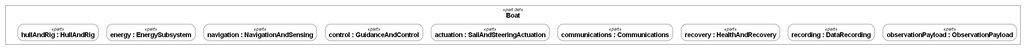
This is docs/figures/architecture.png from DavidIngraham/sv-blue-dog, a Graphviz export, as it was before one commit. Its source is kept beside it as docs/figures/architecture.dot.
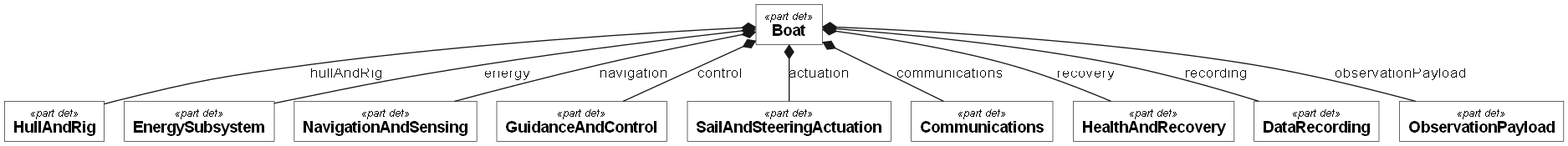
Later version of the same file.

Commit message:
Render boat architecture as native definition and composition diagram

The edit, as a diff of the source:
```diff
@@ -2,19 +2,23 @@
   graph [fontname="Helvetica"];
   node [shape=box, style=filled, fillcolor=white, color="#181818", fontname="Helvetica", fontsize=14, penwidth=0.5];
   edge [color="#181818", fontname="Helvetica", fontsize=13, penwidth=1];
-  subgraph "cluster_n0" {
-    label=<<font point-size="10"><i>«part def»</i></font><br/><b>Boat</b>>;
-    color=black;
-    penwidth=0.5;
-    "n0" [shape=point, style=invis, width=0, height=0, label=""];
-    "n1" [style="rounded,filled", label=<<font point-size="10"><i>«part»</i></font><br/><b>hullAndRig : HullAndRig</b>>];
-    "n2" [style="rounded,filled", label=<<font point-size="10"><i>«part»</i></font><br/><b>energy : EnergySubsystem</b>>];
-    "n3" [style="rounded,filled", label=<<font point-size="10"><i>«part»</i></font><br/><b>navigation : NavigationAndSensing</b>>];
-    "n4" [style="rounded,filled", label=<<font point-size="10"><i>«part»</i></font><br/><b>control : GuidanceAndControl</b>>];
-    "n5" [style="rounded,filled", label=<<font point-size="10"><i>«part»</i></font><br/><b>actuation : SailAndSteeringActuation</b>>];
-    "n6" [style="rounded,filled", label=<<font point-size="10"><i>«part»</i></font><br/><b>communications : Communications</b>>];
-    "n7" [style="rounded,filled", label=<<font point-size="10"><i>«part»</i></font><br/><b>recovery : HealthAndRecovery</b>>];
-    "n8" [style="rounded,filled", label=<<font point-size="10"><i>«part»</i></font><br/><b>recording : DataRecording</b>>];
-    "n9" [style="rounded,filled", label=<<font point-size="10"><i>«part»</i></font><br/><b>observationPayload : ObservationPayload</b>>];
-  }
+  "n0" [label=<<font point-size="10"><i>«part def»</i></font><br/><b>Boat</b>>];
+  "n1" [label=<<font point-size="10"><i>«part def»</i></font><br/><b>HullAndRig</b>>];
+  "n2" [label=<<font point-size="10"><i>«part def»</i></font><br/><b>EnergySubsystem</b>>];
+  "n3" [label=<<font point-size="10"><i>«part def»</i></font><br/><b>NavigationAndSensing</b>>];
+  "n4" [label=<<font point-size="10"><i>«part def»</i></font><br/><b>GuidanceAndControl</b>>];
+  "n5" [label=<<font point-size="10"><i>«part def»</i></font><br/><b>SailAndSteeringActuation</b>>];
+  "n6" [label=<<font point-size="10"><i>«part def»</i></font><br/><b>Communications</b>>];
+  "n7" [label=<<font point-size="10"><i>«part def»</i></font><br/><b>HealthAndRecovery</b>>];
+  "n8" [label=<<font point-size="10"><i>«part def»</i></font><br/><b>DataRecording</b>>];
+  "n9" [label=<<font point-size="10"><i>«part def»</i></font><br/><b>ObservationPayload</b>>];
+  "n0" -> "n1" [label="hullAndRig", dir=back, arrowtail=diamond];
+  "n0" -> "n2" [label="energy", dir=back, arrowtail=diamond];
+  "n0" -> "n3" [label="navigation", dir=back, arrowtail=diamond];
+  "n0" -> "n4" [label="control", dir=back, arrowtail=diamond];
+  "n0" -> "n5" [label="actuation", dir=back, arrowtail=diamond];
+  "n0" -> "n6" [label="communications", dir=back, arrowtail=diamond];
+  "n0" -> "n7" [label="recovery", dir=back, arrowtail=diamond];
+  "n0" -> "n8" [label="recording", dir=back, arrowtail=diamond];
+  "n0" -> "n9" [label="observationPayload", dir=back, arrowtail=diamond];
 }
```
